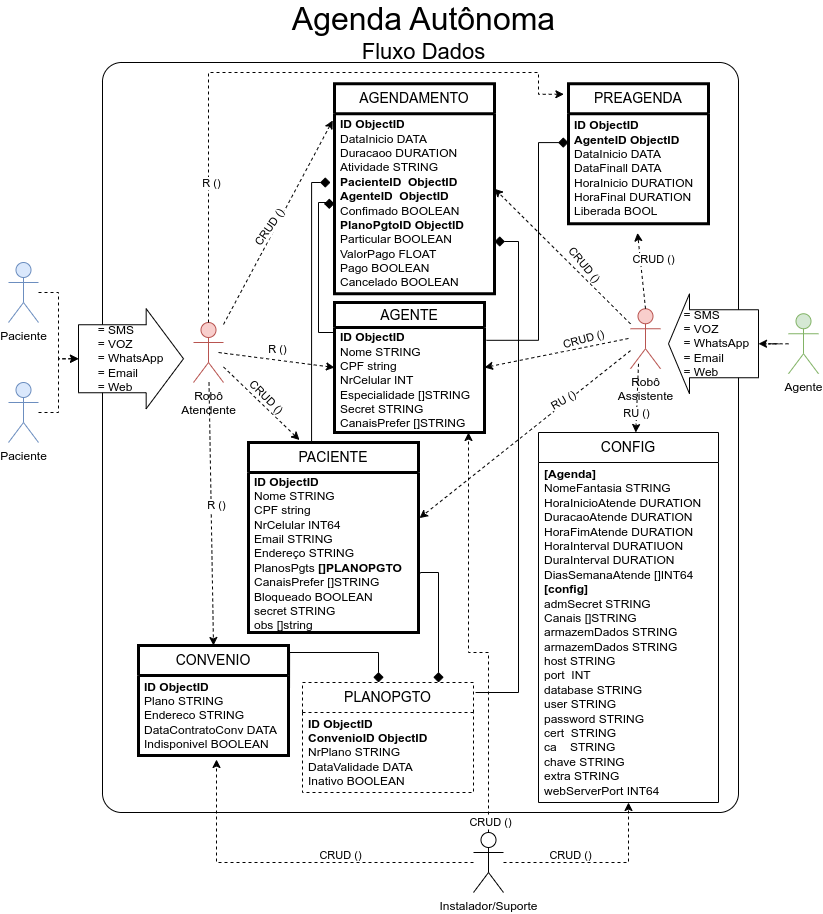
Above: Agenda-Página-1.drawio.png in gunboe/Agenda (draw.io), before the change. Source tidied: cells renumbered, new cells last; positions are measured from the earlier drawing's top-left corner, leaving out a move shared by most shapes.
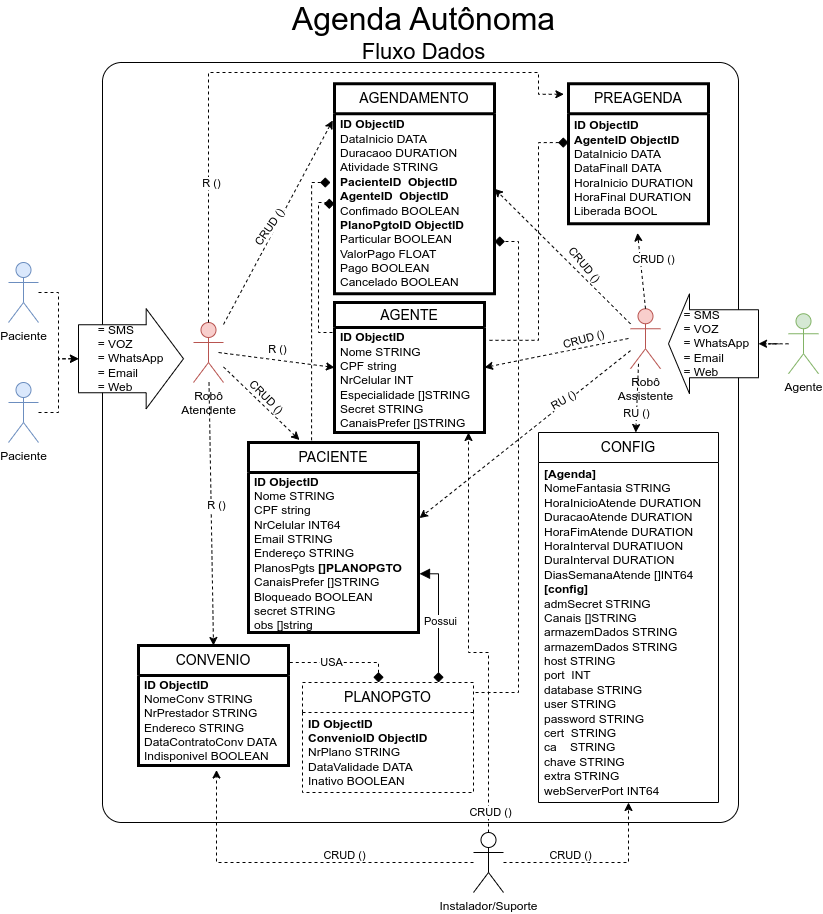
The same diagram one commit later.

Diff of the diagram source:
```diff
@@ -3,7 +3,7 @@
     <mxCell id="0" />
     <mxCell id="1" parent="0" />
     <mxCell id="2" style="rounded=1;whiteSpace=wrap;html=1;arcSize=3;" parent="1" vertex="1">
-      <mxGeometry x="94" y="60" width="636" height="750" as="geometry" />
+      <mxGeometry x="94" y="60" width="636" height="760" as="geometry" />
     </mxCell>
     <mxCell id="3" style="edgeStyle=orthogonalEdgeStyle;rounded=0;jettySize=auto;html=1;entryX=0;entryY=0.5;entryDx=0;entryDy=0;entryPerimeter=0;dashed=1;" parent="1" edge="1" source="4" target="18">
       <mxGeometry relative="1" as="geometry" />
@@ -122,7 +122,7 @@
     <mxCell id="35" value="&lt;b style=&quot;border-color: var(--border-color);&quot;&gt;ID ObjectID&lt;br style=&quot;border-color: var(--border-color);&quot;&gt;&lt;/b&gt;&lt;b&gt;ConvenioID&amp;nbsp;&lt;/b&gt;&lt;b style=&quot;border-color: var(--border-color);&quot;&gt;ObjectID&lt;/b&gt;&lt;b&gt;&lt;br&gt;&lt;/b&gt;NrPlano STRING&lt;br&gt;DataValidade DATA&lt;br&gt;Inativo BOOLEAN" style="text;strokeColor=none;fillColor=none;align=left;verticalAlign=middle;spacingLeft=4;spacingRight=4;overflow=hidden;whiteSpace=wrap;html=1;" parent="34" vertex="1">
       <mxGeometry y="30" width="171" height="80" as="geometry" />
     </mxCell>
-    <mxCell id="36" style="edgeStyle=orthogonalEdgeStyle;rounded=0;jettySize=auto;html=1;endArrow=none;endFill=0;endSize=8;startArrow=diamond;startFill=1;startSize=8;exitX=0;exitY=0.5;exitDx=0;exitDy=0;" parent="1" edge="1" source="60" target="19">
+    <mxCell id="36" style="edgeStyle=orthogonalEdgeStyle;rounded=0;jettySize=auto;html=1;endArrow=none;endFill=0;endSize=8;startArrow=diamond;startFill=1;startSize=8;exitX=0;exitY=0.5;exitDx=0;exitDy=0;dashed=1;" parent="1" edge="1" source="60" target="19">
       <mxGeometry relative="1" as="geometry">
         <Array as="points">
           <mxPoint x="320" y="201" />
@@ -144,13 +144,13 @@
     </mxCell>
     <mxCell id="38" value="CRUD ()" style="edgeLabel;html=1;align=center;verticalAlign=middle;" parent="37" vertex="1">
       <mxGeometry x="-0.81" y="-2" relative="1" as="geometry">
-        <mxPoint x="-1" y="29" as="offset" />
+        <mxPoint x="-1" y="19" as="offset" />
       </mxGeometry>
     </mxCell>
     <mxCell id="39" value="&lt;font style=&quot;&quot;&gt;&lt;span style=&quot;font-size: 32px;&quot;&gt;Agenda Autônoma&lt;/span&gt;&lt;br&gt;&lt;font style=&quot;font-size: 22px;&quot;&gt;Fluxo Dados&lt;/font&gt;&lt;br&gt;&lt;/font&gt;" style="text;html=1;strokeColor=none;fillColor=none;align=center;verticalAlign=middle;whiteSpace=wrap;rounded=0;" parent="1" vertex="1">
       <mxGeometry x="267.5" width="295" height="60" as="geometry" />
     </mxCell>
-    <mxCell id="40" style="edgeStyle=orthogonalEdgeStyle;rounded=0;jettySize=auto;html=1;endArrow=none;endFill=0;endSize=8;startSize=8;startArrow=diamond;startFill=1;entryX=0.371;entryY=0;entryDx=0;entryDy=0;entryPerimeter=0;exitX=-0.025;exitY=0.382;exitDx=0;exitDy=0;exitPerimeter=0;" parent="1" edge="1" source="60" target="10">
+    <mxCell id="40" style="edgeStyle=orthogonalEdgeStyle;rounded=0;jettySize=auto;html=1;endArrow=none;endFill=0;endSize=8;startSize=8;startArrow=diamond;startFill=1;entryX=0.371;entryY=0;entryDx=0;entryDy=0;entryPerimeter=0;exitX=-0.025;exitY=0.382;exitDx=0;exitDy=0;exitPerimeter=0;dashed=1;" parent="1" edge="1" source="60" target="10">
       <mxGeometry relative="1" as="geometry">
         <Array as="points">
           <mxPoint x="303" y="180" />
@@ -212,28 +212,33 @@
       </mxGeometry>
     </mxCell>
     <mxCell id="53" value="&lt;font style=&quot;font-size: 14px;&quot;&gt;CONVENIO&lt;/font&gt;" style="swimlane;fontStyle=0;horizontal=1;startSize=30;whiteSpace=wrap;html=1;strokeWidth=3;" parent="1" vertex="1">
-      <mxGeometry x="130" y="643" width="150" height="110" as="geometry" />
+      <mxGeometry x="130" y="643" width="150" height="120" as="geometry" />
     </mxCell>
-    <mxCell id="54" value="&lt;b&gt;ID ObjectID&lt;br&gt;&lt;/b&gt;Plano STRING&lt;br&gt;Endereco STRING&lt;br&gt;DataContratoConv DATA&lt;br&gt;Indisponivel BOOLEAN" style="text;strokeColor=none;fillColor=none;align=left;verticalAlign=middle;spacingLeft=4;spacingRight=4;overflow=hidden;points=[[0,0.5],[1,0.5]];portConstraint=eastwest;whiteSpace=wrap;html=1;" parent="53" vertex="1">
-      <mxGeometry y="30" width="150" height="80" as="geometry" />
+    <mxCell id="54" value="&lt;b&gt;ID ObjectID&lt;br&gt;&lt;/b&gt;NomeConv STRING&lt;br&gt;NrPrestador STRING&lt;br&gt;Endereco STRING&lt;br&gt;DataContratoConv DATA&lt;br&gt;Indisponivel BOOLEAN" style="text;strokeColor=none;fillColor=none;align=left;verticalAlign=middle;spacingLeft=4;spacingRight=4;overflow=hidden;points=[[0,0.5],[1,0.5]];portConstraint=eastwest;whiteSpace=wrap;html=1;" parent="53" vertex="1">
+      <mxGeometry y="30" width="150" height="90" as="geometry" />
     </mxCell>
-    <mxCell id="55" style="edgeStyle=orthogonalEdgeStyle;rounded=0;jettySize=auto;html=1;exitX=1.006;exitY=0.633;exitDx=0;exitDy=0;exitPerimeter=0;endArrow=diamond;endFill=1;endSize=8;startArrow=none;startFill=0;startSize=8;" parent="1" edge="1" source="11" target="34">
+    <mxCell id="55" style="edgeStyle=orthogonalEdgeStyle;rounded=0;jettySize=auto;html=1;exitX=1.006;exitY=0.633;exitDx=0;exitDy=0;exitPerimeter=0;endArrow=diamond;endFill=1;endSize=8;startArrow=block;startFill=1;startSize=8;" parent="1" edge="1" source="11" target="34">
       <mxGeometry relative="1" as="geometry">
         <Array as="points">
-          <mxPoint x="412" y="570" />
-          <mxPoint x="430" y="570" />
+          <mxPoint x="430" y="571" />
         </Array>
       </mxGeometry>
     </mxCell>
+    <mxCell id="61" value="Possui" style="edgeLabel;html=1;align=center;verticalAlign=middle;" parent="55" vertex="1">
+      <mxGeometry x="0.03" y="1" relative="1" as="geometry" />
+    </mxCell>
-    <mxCell id="56" style="edgeStyle=orthogonalEdgeStyle;rounded=0;jettySize=auto;html=1;entryX=1.007;entryY=0.15;entryDx=0;entryDy=0;entryPerimeter=0;endArrow=none;endFill=0;endSize=8;startArrow=diamond;startFill=1;startSize=8;" parent="1" edge="1" source="34" target="54">
+    <mxCell id="56" style="edgeStyle=orthogonalEdgeStyle;rounded=0;jettySize=auto;html=1;endArrow=none;endFill=0;endSize=8;startArrow=diamond;startFill=1;startSize=8;dashed=1;" parent="1" edge="1" source="34">
       <mxGeometry relative="1" as="geometry">
+        <mxPoint x="281" y="660" as="targetPoint" />
         <Array as="points">
-          <mxPoint x="370" y="650" />
-          <mxPoint x="281" y="650" />
+          <mxPoint x="370" y="660" />
         </Array>
       </mxGeometry>
     </mxCell>
+    <mxCell id="62" value="USA" style="edgeLabel;html=1;align=center;verticalAlign=middle;" parent="56" vertex="1">
+      <mxGeometry x="0.25" y="-1" relative="1" as="geometry" />
+    </mxCell>
-    <mxCell id="57" style="edgeStyle=orthogonalEdgeStyle;rounded=0;jettySize=auto;html=1;entryX=1.013;entryY=0.122;entryDx=0;entryDy=0;entryPerimeter=0;endArrow=none;endFill=0;strokeWidth=1;endSize=8;startArrow=diamond;startFill=1;targetPerimeterSpacing=0;sourcePerimeterSpacing=0;startSize=8;exitX=0;exitY=0.262;exitDx=0;exitDy=0;exitPerimeter=0;" parent="1" edge="1" source="44" target="20">
+    <mxCell id="57" style="edgeStyle=orthogonalEdgeStyle;rounded=0;jettySize=auto;html=1;entryX=1.013;entryY=0.122;entryDx=0;entryDy=0;entryPerimeter=0;endArrow=none;endFill=0;strokeWidth=1;endSize=8;startArrow=diamond;startFill=1;targetPerimeterSpacing=0;sourcePerimeterSpacing=0;startSize=8;exitX=0;exitY=0.262;exitDx=0;exitDy=0;exitPerimeter=0;dashed=1;" parent="1" edge="1" source="44" target="20">
       <mxGeometry relative="1" as="geometry">
         <Array as="points">
           <mxPoint x="530" y="140" />
@@ -241,7 +246,7 @@
         </Array>
       </mxGeometry>
     </mxCell>
-    <mxCell id="58" style="edgeStyle=orthogonalEdgeStyle;rounded=0;jettySize=auto;html=1;endSize=8;startSize=8;endArrow=diamond;endFill=1;exitX=1.012;exitY=0.091;exitDx=0;exitDy=0;exitPerimeter=0;" parent="1" edge="1" source="34" target="60">
+    <mxCell id="58" style="edgeStyle=orthogonalEdgeStyle;rounded=0;jettySize=auto;html=1;endSize=8;startSize=8;endArrow=diamond;endFill=1;exitX=1.012;exitY=0.091;exitDx=0;exitDy=0;exitPerimeter=0;dashed=1;" parent="1" edge="1" source="34" target="60">
       <mxGeometry relative="1" as="geometry">
         <Array as="points">
           <mxPoint x="510" y="690" />
```
